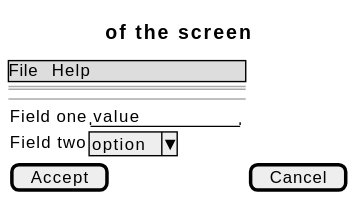
Earlier version of the PlantUML export docs/01-requirements/use-cases/restrictAccess/wireframes.svg (didactika/kampus).
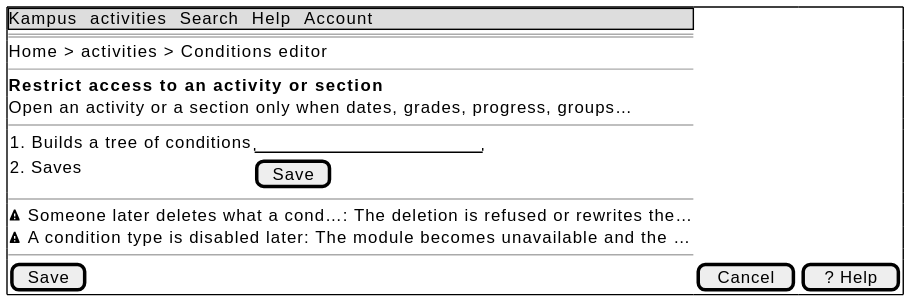
After the change.

What changed in the source:
```diff
@@ -1,13 +1,20 @@
 @startsalt
-{
-  {* File | Help }
+{+
+  {* Kampus | activities | Search | Help | Account }
   ==
-  Title of the screen
+  Home > activities > Conditions editor
+  --
+  <b>Restrict access to an activity or section
+  Open an activity or a section only when dates, grades, progress, groups…
   --
   {
-    Field one | "value        "
-    Field two | ^option^
+    1. Builds a tree of conditions | "                    "
+    2. Saves | [ Save ]
   }
-  [ Accept ] | [ Cancel ]
+  --
+  <&warning> Someone later deletes what a cond…: The deletion is refused or rewrites the…
+  <&warning> A condition type is disabled later: The module becomes unavailable and the …
+  --
+  [ Save ] | [ Cancel ] | [ ? Help ]
 }
 @endsalt
```
